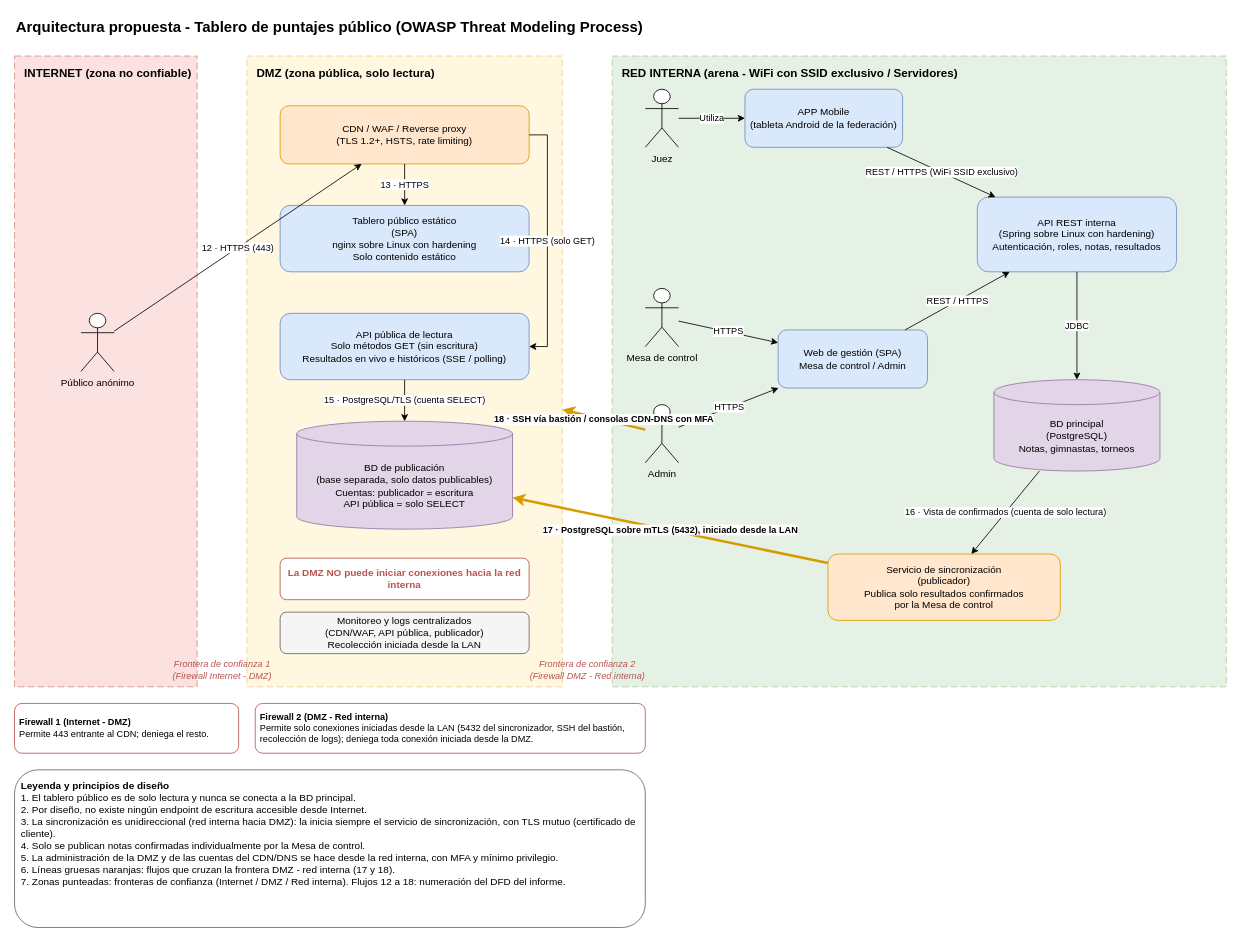
Earlier version of the draw.io diagram drawio/diagrama_arquitectura_tablero_publico.drawio (valentina-blanco/practico5-dssw). Source tidied: cells renumbered, new cells numbered last; positions are measured from the earlier drawing's top-left corner, leaving out a move shared by most shapes. Both pictures are drawn from the tidied source at 83%, with x=0, y=0 at pixel (14, 14).
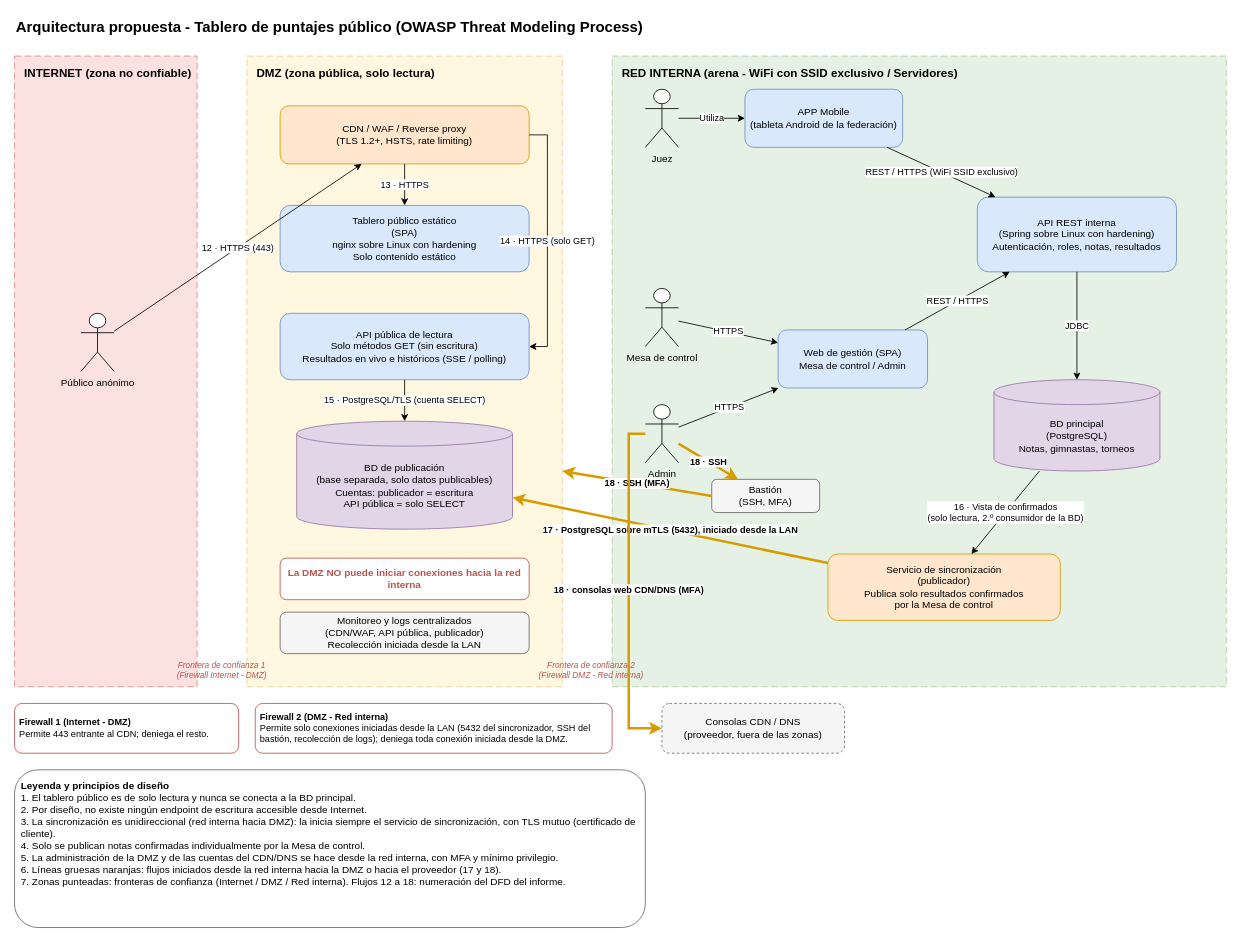
The same diagram, later.

Commit message (it also covers changes not shown here):
ultimos detalle del diagrama

The change refers to these unchanged cells:
```xml
<mxCell id="4" value="DMZ (zona pública, solo lectura)" style="rounded=0;whiteSpace=wrap;html=1;dashed=1;dashPattern=8 4;fillColor=#fff2cc;strokeColor=#d6b656;verticalAlign=top;align=left;spacingLeft=10;spacingTop=6;fontStyle=1;fontSize=14;opacity=60;" parent="1" vertex="1">
  <mxGeometry x="280" y="50" width="380" height="760" as="geometry" />
</mxCell>
<mxCell id="18" value="Admin" style="shape=umlActor;verticalLabelPosition=bottom;verticalAlign=top;html=1;outlineConnect=0;fontSize=12;" parent="1" vertex="1">
  <mxGeometry x="760" y="470" width="40" height="70" as="geometry" />
</mxCell>
<mxCell id="21" value="BD principal&lt;br&gt;(PostgreSQL)&lt;br&gt;Notas, gimnastas, torneos" style="shape=cylinder3;whiteSpace=wrap;html=1;boundedLbl=1;backgroundOutline=1;size=15;fillColor=#e1d5e7;strokeColor=#9673a6;fontSize=12;" parent="1" vertex="1">
  <mxGeometry x="1180" y="440" width="200" height="110" as="geometry" />
</mxCell>
<mxCell id="22" value="Servicio de sincronización&lt;br&gt;(publicador)&lt;br&gt;Publica solo resultados confirmados&lt;br&gt;por la Mesa de control" style="rounded=1;whiteSpace=wrap;html=1;fillColor=#ffe6cc;strokeColor=#d79b00;fontSize=12;" parent="1" vertex="1">
  <mxGeometry x="980" y="650" width="280" height="80" as="geometry" />
</mxCell>
```

The edit, as a diff of the source:
```diff
@@
-    <mxCell id="6" value="Frontera de confianza 1&lt;br&gt;(Firewall Internet - DMZ)" style="text;html=1;strokeColor=none;fillColor=none;align=center;verticalAlign=middle;fontSize=11;fontColor=#b85450;fontStyle=2;" parent="1" vertex="1">
-      <mxGeometry x="210" y="770" width="80" height="40" as="geometry" />
+    <mxCell id="6" value="Frontera de confianza 1&lt;br&gt;(Firewall Internet - DMZ)" style="text;html=1;strokeColor=none;fillColor=none;align=center;verticalAlign=middle;whiteSpace=wrap;fontSize=10;fontColor=#b85450;fontStyle=2;rotation=0;" parent="1" vertex="1">
+      <mxGeometry x="185" y="770" width="130" height="40" as="geometry" />
     </mxCell>
-    <mxCell id="7" value="Frontera de confianza 2&lt;br&gt;(Firewall DMZ - Red interna)" style="text;html=1;strokeColor=none;fillColor=none;align=center;verticalAlign=middle;fontSize=11;fontColor=#b85450;fontStyle=2;" parent="1" vertex="1">
-      <mxGeometry x="645" y="770" width="90" height="40" as="geometry" />
+    <mxCell id="7" value="Frontera de confianza 2&lt;br&gt;(Firewall DMZ - Red interna)" style="text;html=1;strokeColor=none;fillColor=none;align=center;verticalAlign=middle;whiteSpace=wrap;fontSize=10;fontColor=#b85450;fontStyle=2;rotation=0;" parent="1" vertex="1">
+      <mxGeometry x="630" y="770" width="130" height="40" as="geometry" />
     </mxCell>
@@
+    <mxCell id="39" value="Bastión&lt;br&gt;(SSH, MFA)" style="rounded=1;whiteSpace=wrap;html=1;fillColor=#f5f5f5;strokeColor=#666666;fontSize=12;" parent="1" vertex="1">
+      <mxGeometry x="840" y="560" width="130" height="40" as="geometry" />
+    </mxCell>
+    <mxCell id="40" value="Consolas CDN / DNS&lt;br&gt;(proveedor, fuera de las zonas)" style="rounded=1;whiteSpace=wrap;html=1;dashed=1;fillColor=#f5f5f5;strokeColor=#666666;fontSize=12;" parent="1" vertex="1">
+      <mxGeometry x="780" y="830" width="220" height="60" as="geometry" />
+    </mxCell>
@@
-    <mxCell id="33" value="16 · Vista de confirmados (cuenta de solo lectura)" style="endArrow=classic;html=1;rounded=0;fontSize=11;" parent="1" edge="1" source="21" target="22">
+    <mxCell id="33" value="16 · Vista de confirmados&lt;br&gt;(solo lectura, 2.º consumidor de la BD)" style="endArrow=classic;html=1;rounded=0;fontSize=11;" parent="1" edge="1" source="21" target="22">
       <mxGeometry relative="1" as="geometry" />
     </mxCell>
@@
-    <mxCell id="35" value="&lt;b&gt;Leyenda y principios de diseño&lt;/b&gt;&lt;br&gt;1. El tablero público es de solo lectura y nunca se conecta a la BD principal.&lt;br&gt;2. Por diseño, no existe ningún endpoint de escritura accesible desde Internet.&lt;br&gt;3. La sincronización es unidireccional (red interna hacia DMZ): la inicia siempre el servicio de sincronización, con TLS mutuo (certificado de cliente).&lt;br&gt;4. Solo se publican notas confirmadas individualmente por la Mesa de control.&lt;br&gt;5. La administración de la DMZ y de las cuentas del CDN/DNS se hace desde la red interna, con MFA y mínimo privilegio.&lt;br&gt;6. Líneas gruesas naranjas: flujos que cruzan la frontera DMZ - red interna (17 y 18).&lt;br&gt;7. Zonas punteadas: fronteras de confianza (Internet / DMZ / Red interna). Flujos 12 a 18: numeración del DFD del informe." style="text;html=1;strokeColor=#666666;fillColor=#ffffff;align=left;verticalAlign=top;whiteSpace=wrap;fontSize=12;spacing=8;rounded=1;" parent="1" vertex="1">
+    <mxCell id="35" value="&lt;b&gt;Leyenda y principios de diseño&lt;/b&gt;&lt;br&gt;1. El tablero público es de solo lectura y nunca se conecta a la BD principal.&lt;br&gt;2. Por diseño, no existe ningún endpoint de escritura accesible desde Internet.&lt;br&gt;3. La sincronización es unidireccional (red interna hacia DMZ): la inicia siempre el servicio de sincronización, con TLS mutuo (certificado de cliente).&lt;br&gt;4. Solo se publican notas confirmadas individualmente por la Mesa de control.&lt;br&gt;5. La administración de la DMZ y de las cuentas del CDN/DNS se hace desde la red interna, con MFA y mínimo privilegio.&lt;br&gt;6. Líneas gruesas naranjas: flujos iniciados desde la red interna hacia la DMZ o hacia el proveedor (17 y 18).&lt;br&gt;7. Zonas punteadas: fronteras de confianza (Internet / DMZ / Red interna). Flujos 12 a 18: numeración del DFD del informe." style="text;html=1;strokeColor=#666666;fillColor=#ffffff;align=left;verticalAlign=top;whiteSpace=wrap;fontSize=12;spacing=8;rounded=1;" parent="1" vertex="1">
       <mxGeometry y="910" width="760" height="190" as="geometry" />
     </mxCell>
@@
     <mxCell id="37" value="&lt;b&gt;Firewall 2 (DMZ - Red interna)&lt;/b&gt;&lt;br&gt;Permite solo conexiones iniciadas desde la LAN (5432 del sincronizador, SSH del bastión, recolección de logs); deniega toda conexión iniciada desde la DMZ." style="text;html=1;strokeColor=#b85450;fillColor=#ffffff;align=left;verticalAlign=middle;whiteSpace=wrap;fontSize=11;spacing=6;rounded=1;" parent="1" vertex="1">
-      <mxGeometry x="290" y="830" width="470" height="60" as="geometry" />
+      <mxGeometry x="290" y="830" width="430" height="60" as="geometry" />
     </mxCell>
-    <mxCell id="38" value="18 · SSH vía bastión / consolas CDN-DNS con MFA" style="endArrow=classic;html=1;rounded=0;fontSize=11;strokeWidth=3;strokeColor=#d79b00;fontStyle=1;" parent="1" edge="1" source="18" target="4">
+    <mxCell id="38" value="18 · SSH" style="endArrow=classic;html=1;rounded=0;fontSize=11;strokeWidth=3;strokeColor=#d79b00;fontStyle=1;" parent="1" edge="1" source="18" target="39">
       <mxGeometry relative="1" as="geometry" />
     </mxCell>
+    <mxCell id="41" value="18 · SSH (MFA)" style="endArrow=classic;html=1;rounded=0;fontSize=11;strokeWidth=3;strokeColor=#d79b00;fontStyle=1;exitX=0;exitY=0.5;exitDx=0;exitDy=0;entryX=1;entryY=0.658;entryDx=0;entryDy=0;" parent="1" edge="1" source="39" target="4">
+      <mxGeometry relative="1" as="geometry" />
+    </mxCell>
+    <mxCell id="42" value="18 · consolas web CDN/DNS (MFA)" style="endArrow=classic;html=1;rounded=0;fontSize=11;strokeWidth=3;strokeColor=#d79b00;fontStyle=1;exitX=0;exitY=0.5;exitDx=0;exitDy=0;entryX=0;entryY=0.5;entryDx=0;entryDy=0;" parent="1" edge="1" source="18" target="40">
+      <mxGeometry relative="1" as="geometry">
+        <Array as="points">
+          <mxPoint x="740" y="505" />
+          <mxPoint x="740" y="860" />
+        </Array>
+      </mxGeometry>
+    </mxCell>
```
